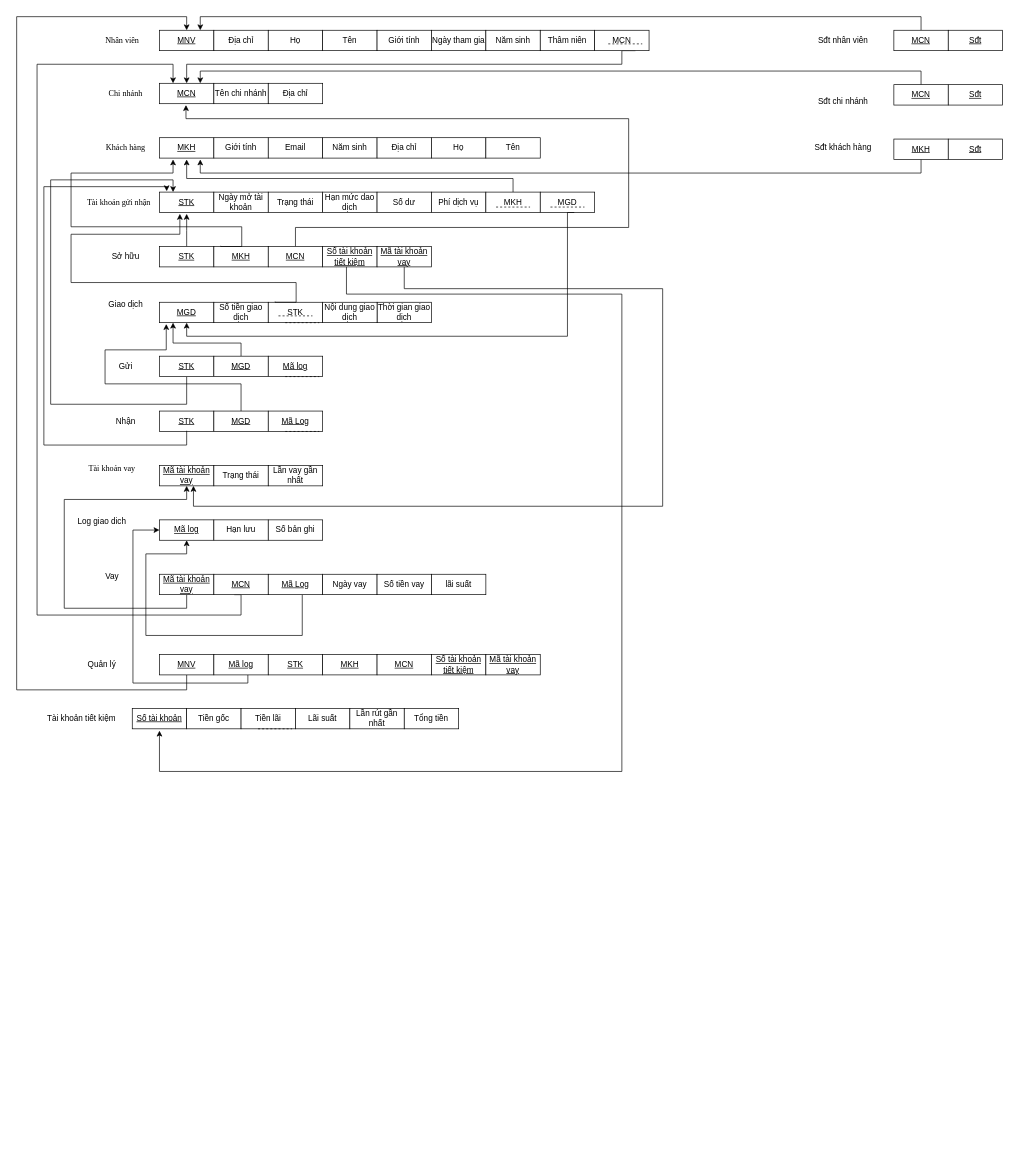
Earlier version of the draw.io diagram Untitled Diagram.drawio (HoangVietAnh09/CSDL). Source tidied: cells renumbered, new cells numbered last; positions are measured from the earlier drawing's top-left corner, leaving out a move shared by most shapes. Both pictures are drawn from the tidied source at 68%, with x=0, y=0 at pixel (16, 16).
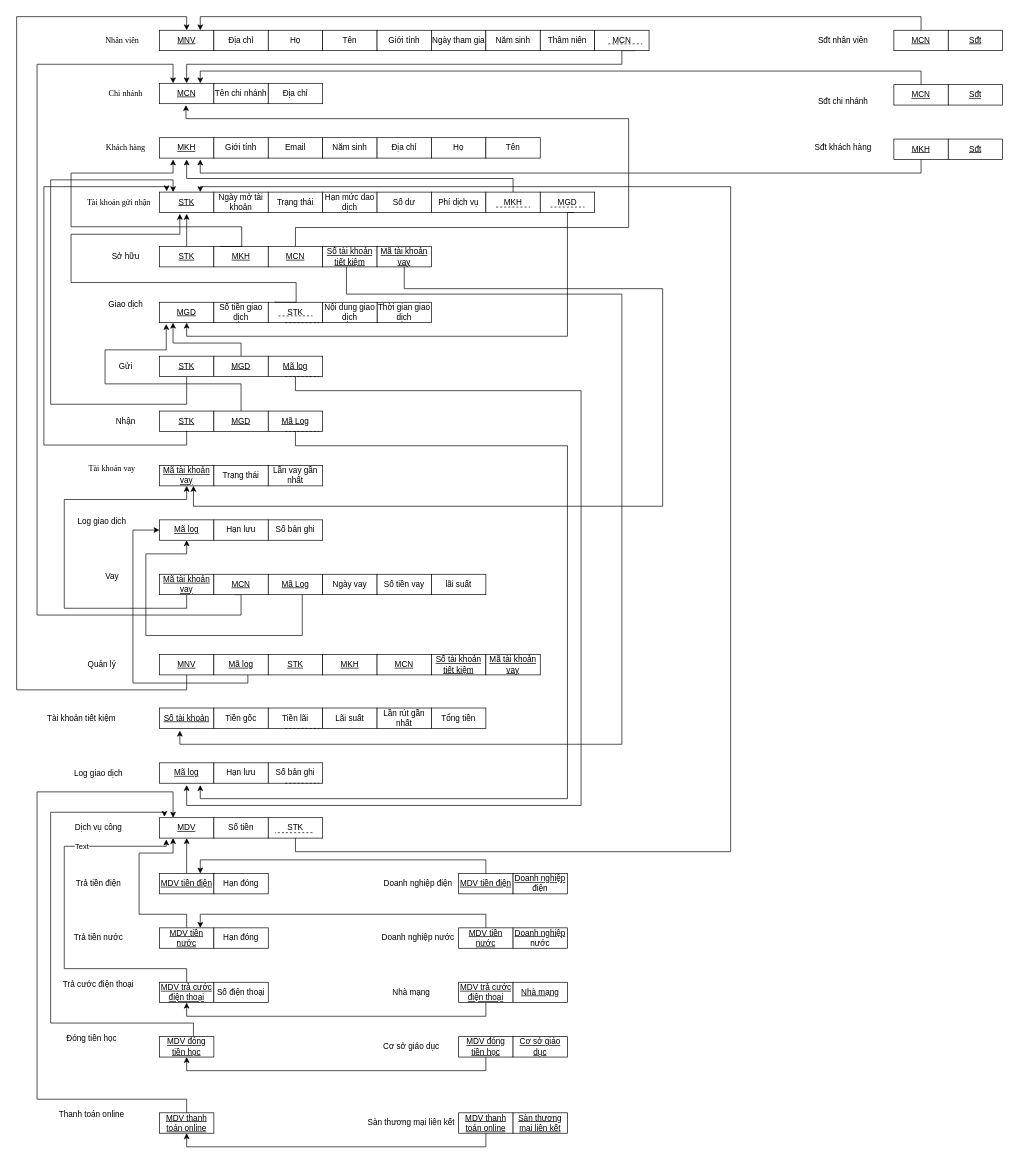
The same diagram, later.

The change refers to these unchanged cells:
```xml
<mxCell id="27" value="&lt;u&gt;STK&lt;/u&gt;" style="rounded=0;whiteSpace=wrap;html=1;" parent="1" vertex="1">
  <mxGeometry x="210" y="258" width="80" height="30" as="geometry" />
</mxCell>
<mxCell id="60" value="&lt;u&gt;Mã log&lt;/u&gt;" style="rounded=0;whiteSpace=wrap;html=1;" parent="1" vertex="1">
  <mxGeometry x="370" y="499.3" width="80" height="30" as="geometry" />
</mxCell>
```

Change to the diagram source:
```diff
@@
+    <mxCell id="121" style="edgeStyle=orthogonalEdgeStyle;rounded=0;jettySize=auto;html=1;" parent="1" edge="1" source="60">
+      <mxGeometry relative="1" as="geometry">
+        <mxPoint x="250" y="1130" as="targetPoint" />
+        <Array as="points">
+          <mxPoint x="410" y="550" />
+          <mxPoint x="830" y="550" />
+          <mxPoint x="830" y="1160" />
+          <mxPoint x="250" y="1160" />
+        </Array>
+      </mxGeometry>
+    </mxCell>
@@
     <mxCell id="93" value="&lt;u&gt;Số tài khoản&lt;br&gt;&lt;/u&gt;" style="rounded=0;whiteSpace=wrap;html=1;" parent="1" vertex="1">
-      <mxGeometry x="170" y="1017.3" width="80" height="30" as="geometry" />
+      <mxGeometry x="210" y="1016.7" width="80" height="30" as="geometry" />
     </mxCell>
     <mxCell id="94" value="Tiền gốc" style="rounded=0;whiteSpace=wrap;html=1;" parent="1" vertex="1">
-      <mxGeometry x="250" y="1017.3" width="80" height="30" as="geometry" />
+      <mxGeometry x="290" y="1016.7" width="80" height="30" as="geometry" />
     </mxCell>
     <mxCell id="95" value="Tiền lãi" style="rounded=0;whiteSpace=wrap;html=1;" parent="1" vertex="1">
-      <mxGeometry x="330" y="1017.3" width="80" height="30" as="geometry" />
+      <mxGeometry x="370" y="1016.7" width="80" height="30" as="geometry" />
     </mxCell>
     <mxCell id="96" style="endArrow=none;dashed=1;html=1;rounded=0;" parent="1" edge="1">
       <mxGeometry relative="1" as="geometry">
-        <mxPoint x="355" y="1047.3" as="sourcePoint" />
-        <mxPoint x="405" y="1047.3" as="targetPoint" />
+        <mxPoint x="395" y="1046.7" as="sourcePoint" />
+        <mxPoint x="445" y="1046.7" as="targetPoint" />
       </mxGeometry>
     </mxCell>
     <mxCell id="97" value="Lãi suất" style="rounded=0;whiteSpace=wrap;html=1;" parent="1" vertex="1">
-      <mxGeometry x="410" y="1017.3" width="80" height="30" as="geometry" />
+      <mxGeometry x="450" y="1016.7" width="80" height="30" as="geometry" />
     </mxCell>
     <mxCell id="98" value="Lần rút gần nhất" style="rounded=0;whiteSpace=wrap;html=1;" parent="1" vertex="1">
-      <mxGeometry x="490" y="1017.3" width="80" height="30" as="geometry" />
+      <mxGeometry x="530" y="1016.7" width="80" height="30" as="geometry" />
     </mxCell>
     <mxCell id="99" value="Tổng tiền" style="rounded=0;whiteSpace=wrap;html=1;" parent="1" vertex="1">
-      <mxGeometry x="570" y="1017.3" width="80" height="30" as="geometry" />
+      <mxGeometry x="610" y="1016.7" width="80" height="30" as="geometry" />
     </mxCell>
     <mxCell id="100" style="edgeStyle=orthogonalEdgeStyle;rounded=0;orthogonalLoop=1;jettySize=auto;html=1;" parent="1" edge="1">
       <mxGeometry relative="1" as="geometry">
         <mxPoint x="485" y="366" as="sourcePoint" />
-        <mxPoint x="210" y="1050" as="targetPoint" />
+        <mxPoint x="240" y="1050" as="targetPoint" />
         <Array as="points">
           <mxPoint x="485" y="408" />
           <mxPoint x="890" y="408" />
-          <mxPoint x="890" y="1110" />
-          <mxPoint x="210" y="1110" />
+          <mxPoint x="890" y="1070" />
+          <mxPoint x="240" y="1070" />
         </Array>
       </mxGeometry>
     </mxCell>
@@
+    <mxCell id="122" value="Log giao dịch" style="text;html=1;align=center;verticalAlign=middle;strokeColor=none;fillColor=none;" parent="1" vertex="1">
+      <mxGeometry x="75" y="1098" width="90" height="30" as="geometry" />
+    </mxCell>
+    <mxCell id="123" value="&lt;u&gt;Mã log&lt;br&gt;&lt;/u&gt;" style="rounded=0;whiteSpace=wrap;html=1;" parent="1" vertex="1">
+      <mxGeometry x="210" y="1097.3" width="80" height="30" as="geometry" />
+    </mxCell>
+    <mxCell id="124" value="Hạn lưu" style="rounded=0;whiteSpace=wrap;html=1;" parent="1" vertex="1">
+      <mxGeometry x="290" y="1097.3" width="80" height="30" as="geometry" />
+    </mxCell>
+    <mxCell id="125" value="Số bản ghi" style="rounded=0;whiteSpace=wrap;html=1;" parent="1" vertex="1">
+      <mxGeometry x="370" y="1097.3" width="80" height="30" as="geometry" />
+    </mxCell>
+    <mxCell id="126" style="endArrow=none;dashed=1;html=1;rounded=0;" parent="1" edge="1">
+      <mxGeometry relative="1" as="geometry">
+        <mxPoint x="395" y="1127.3" as="sourcePoint" />
+        <mxPoint x="445" y="1127.3" as="targetPoint" />
+      </mxGeometry>
+    </mxCell>
+    <mxCell id="127" style="edgeStyle=orthogonalEdgeStyle;rounded=0;orthogonalLoop=1;jettySize=auto;html=1;" parent="1" edge="1">
+      <mxGeometry relative="1" as="geometry">
+        <mxPoint x="410" y="610" as="sourcePoint" />
+        <mxPoint x="270" y="1130" as="targetPoint" />
+        <Array as="points">
+          <mxPoint x="410" y="631" />
+          <mxPoint x="810" y="631" />
+          <mxPoint x="810" y="1150" />
+          <mxPoint x="270" y="1150" />
+        </Array>
+      </mxGeometry>
+    </mxCell>
+    <mxCell id="128" value="Dịch vụ công" style="text;html=1;align=center;verticalAlign=middle;strokeColor=none;fillColor=none;" parent="1" vertex="1">
+      <mxGeometry x="75" y="1178" width="90" height="30" as="geometry" />
+    </mxCell>
+    <mxCell id="129" value="&lt;u&gt;MDV&lt;/u&gt;" style="rounded=0;whiteSpace=wrap;html=1;" parent="1" vertex="1">
+      <mxGeometry x="210" y="1178" width="80" height="30" as="geometry" />
+    </mxCell>
+    <mxCell id="130" value="Số tiền" style="rounded=0;whiteSpace=wrap;html=1;" parent="1" vertex="1">
+      <mxGeometry x="290" y="1178" width="80" height="30" as="geometry" />
+    </mxCell>
+    <mxCell id="131" value="Trả tiền điện" style="text;html=1;align=center;verticalAlign=middle;strokeColor=none;fillColor=none;" parent="1" vertex="1">
+      <mxGeometry x="75" y="1260" width="90" height="30" as="geometry" />
+    </mxCell>
+    <mxCell id="132" style="edgeStyle=orthogonalEdgeStyle;rounded=0;jettySize=auto;html=1;entryX=0.5;entryY=1;entryDx=0;entryDy=0;" parent="1" edge="1" source="133" target="129">
+      <mxGeometry relative="1" as="geometry" />
+    </mxCell>
+    <mxCell id="133" value="&lt;u&gt;MDV tiền điện&lt;br&gt;&lt;/u&gt;" style="rounded=0;whiteSpace=wrap;html=1;" parent="1" vertex="1">
+      <mxGeometry x="210" y="1260" width="80" height="30" as="geometry" />
+    </mxCell>
+    <mxCell id="134" value="Hạn đóng" style="rounded=0;whiteSpace=wrap;html=1;" parent="1" vertex="1">
+      <mxGeometry x="290" y="1260" width="80" height="30" as="geometry" />
+    </mxCell>
+    <mxCell id="135" style="edgeStyle=orthogonalEdgeStyle;rounded=0;jettySize=auto;html=1;entryX=0.75;entryY=0;entryDx=0;entryDy=0;" parent="1" edge="1" target="133">
+      <mxGeometry relative="1" as="geometry">
+        <mxPoint x="690" y="1260" as="sourcePoint" />
+        <Array as="points">
+          <mxPoint x="690" y="1240" />
+          <mxPoint x="270" y="1240" />
+        </Array>
+      </mxGeometry>
+    </mxCell>
+    <mxCell id="136" value="&lt;u&gt;MDV tiền điện&lt;br&gt;&lt;/u&gt;" style="rounded=0;whiteSpace=wrap;html=1;" parent="1" vertex="1">
+      <mxGeometry x="650" y="1260" width="80" height="30" as="geometry" />
+    </mxCell>
+    <mxCell id="137" value="&lt;u&gt;Doanh nghiệp&lt;/u&gt; điện" style="rounded=0;whiteSpace=wrap;html=1;" parent="1" vertex="1">
+      <mxGeometry x="730" y="1260" width="80" height="30" as="geometry" />
+    </mxCell>
+    <mxCell id="138" value="Doanh nghiệp điện" style="text;html=1;align=center;verticalAlign=middle;strokeColor=none;fillColor=none;" parent="1" vertex="1">
+      <mxGeometry x="530" y="1260" width="120" height="30" as="geometry" />
+    </mxCell>
+    <mxCell id="139" value="Trả tiền nước" style="text;html=1;align=center;verticalAlign=middle;strokeColor=none;fillColor=none;" parent="1" vertex="1">
+      <mxGeometry x="75" y="1340" width="90" height="30" as="geometry" />
+    </mxCell>
+    <mxCell id="140" style="edgeStyle=orthogonalEdgeStyle;rounded=0;jettySize=auto;html=1;entryX=0.25;entryY=1;entryDx=0;entryDy=0;" parent="1" edge="1" target="129">
+      <mxGeometry relative="1" as="geometry">
+        <mxPoint x="250" y="1340" as="sourcePoint" />
+        <Array as="points">
+          <mxPoint x="250" y="1320" />
+          <mxPoint x="180" y="1320" />
+          <mxPoint x="180" y="1230" />
+          <mxPoint x="230" y="1230" />
+        </Array>
+      </mxGeometry>
+    </mxCell>
+    <mxCell id="141" value="&lt;u&gt;MDV tiền nước&lt;br&gt;&lt;/u&gt;" style="rounded=0;whiteSpace=wrap;html=1;" parent="1" vertex="1">
+      <mxGeometry x="210" y="1340" width="80" height="30" as="geometry" />
+    </mxCell>
+    <mxCell id="142" value="Hạn đóng" style="rounded=0;whiteSpace=wrap;html=1;" parent="1" vertex="1">
+      <mxGeometry x="290" y="1340" width="80" height="30" as="geometry" />
+    </mxCell>
+    <mxCell id="143" style="edgeStyle=orthogonalEdgeStyle;rounded=0;jettySize=auto;html=1;entryX=0.75;entryY=0;entryDx=0;entryDy=0;" parent="1" edge="1" target="141">
+      <mxGeometry relative="1" as="geometry">
+        <mxPoint x="690" y="1340" as="sourcePoint" />
+        <Array as="points">
+          <mxPoint x="690" y="1320" />
+          <mxPoint x="270" y="1320" />
+        </Array>
+      </mxGeometry>
+    </mxCell>
+    <mxCell id="144" value="&lt;u&gt;MDV tiền nước&lt;br&gt;&lt;/u&gt;" style="rounded=0;whiteSpace=wrap;html=1;" parent="1" vertex="1">
+      <mxGeometry x="650" y="1340" width="80" height="30" as="geometry" />
+    </mxCell>
+    <mxCell id="145" value="&lt;u&gt;Doanh nghiệp&lt;/u&gt; nước" style="rounded=0;whiteSpace=wrap;html=1;" parent="1" vertex="1">
+      <mxGeometry x="730" y="1340" width="80" height="30" as="geometry" />
+    </mxCell>
+    <mxCell id="146" value="Doanh nghiệp nước" style="text;html=1;align=center;verticalAlign=middle;strokeColor=none;fillColor=none;" parent="1" vertex="1">
+      <mxGeometry x="525" y="1340" width="130" height="30" as="geometry" />
+    </mxCell>
+    <mxCell id="147" value="Trả cước điện thoại" style="text;html=1;align=center;verticalAlign=middle;strokeColor=none;fillColor=none;" parent="1" vertex="1">
+      <mxGeometry x="55" y="1408" width="130" height="30" as="geometry" />
+    </mxCell>
+    <mxCell id="148" style="edgeStyle=orthogonalEdgeStyle;rounded=0;jettySize=auto;html=1;entryX=0.125;entryY=1.067;entryDx=0;entryDy=0;entryPerimeter=0;" parent="1" edge="1" target="129">
+      <mxGeometry relative="1" as="geometry">
+        <mxPoint x="250" y="1420" as="sourcePoint" />
+        <Array as="points">
+          <mxPoint x="250" y="1400" />
+          <mxPoint x="70" y="1400" />
+          <mxPoint x="70" y="1220" />
+          <mxPoint x="220" y="1220" />
+        </Array>
+      </mxGeometry>
+    </mxCell>
+    <mxCell id="149" value="Text" style="edgeLabel;html=1;align=center;verticalAlign=middle;" parent="148" vertex="1">
+      <mxGeometry x="0.5" y="1" relative="1" as="geometry" />
+    </mxCell>
+    <mxCell id="150" value="&lt;u&gt;MDV trả cước điện thoại&lt;br&gt;&lt;/u&gt;" style="rounded=0;whiteSpace=wrap;html=1;" parent="1" vertex="1">
+      <mxGeometry x="210" y="1420" width="80" height="30" as="geometry" />
+    </mxCell>
+    <mxCell id="151" value="Số điện thoại" style="rounded=0;whiteSpace=wrap;html=1;" parent="1" vertex="1">
+      <mxGeometry x="290" y="1420" width="80" height="30" as="geometry" />
+    </mxCell>
+    <mxCell id="152" style="edgeStyle=orthogonalEdgeStyle;rounded=0;jettySize=auto;html=1;entryX=0.5;entryY=1;entryDx=0;entryDy=0;" parent="1" edge="1" target="150">
+      <mxGeometry relative="1" as="geometry">
+        <mxPoint x="690" y="1450" as="sourcePoint" />
+        <Array as="points">
+          <mxPoint x="690" y="1470" />
+          <mxPoint x="250" y="1470" />
+        </Array>
+      </mxGeometry>
+    </mxCell>
+    <mxCell id="153" value="&lt;u&gt;MDV trả cước điện thoại&lt;br&gt;&lt;/u&gt;" style="rounded=0;whiteSpace=wrap;html=1;" parent="1" vertex="1">
+      <mxGeometry x="650" y="1420" width="80" height="30" as="geometry" />
+    </mxCell>
+    <mxCell id="154" value="&lt;u&gt;Nhà mạng&lt;br&gt;&lt;/u&gt;" style="rounded=0;whiteSpace=wrap;html=1;" parent="1" vertex="1">
+      <mxGeometry x="730" y="1420" width="80" height="30" as="geometry" />
+    </mxCell>
+    <mxCell id="155" value="Nhà mạng" style="text;html=1;align=center;verticalAlign=middle;strokeColor=none;fillColor=none;" parent="1" vertex="1">
+      <mxGeometry x="540" y="1420" width="80" height="30" as="geometry" />
+    </mxCell>
+    <mxCell id="156" value="Đóng tiền học" style="text;html=1;align=center;verticalAlign=middle;strokeColor=none;fillColor=none;" parent="1" vertex="1">
+      <mxGeometry x="60" y="1488" width="100" height="30" as="geometry" />
+    </mxCell>
+    <mxCell id="157" style="edgeStyle=orthogonalEdgeStyle;rounded=0;jettySize=auto;html=1;entryX=0.092;entryY=-0.044;entryDx=0;entryDy=0;entryPerimeter=0;" parent="1" edge="1" source="158" target="129">
+      <mxGeometry relative="1" as="geometry">
+        <Array as="points">
+          <mxPoint x="260" y="1480" />
+          <mxPoint x="50" y="1480" />
+          <mxPoint x="50" y="1170" />
+          <mxPoint x="217" y="1170" />
+        </Array>
+      </mxGeometry>
+    </mxCell>
+    <mxCell id="158" value="&lt;u&gt;MDV đóng tiền học&lt;br&gt;&lt;/u&gt;" style="rounded=0;whiteSpace=wrap;html=1;" parent="1" vertex="1">
+      <mxGeometry x="210" y="1500" width="80" height="30" as="geometry" />
+    </mxCell>
+    <mxCell id="159" value="&lt;u&gt;MDV đóng tiền học&lt;/u&gt;&lt;u&gt;&lt;/u&gt;" style="rounded=0;whiteSpace=wrap;html=1;" parent="1" vertex="1">
+      <mxGeometry x="650" y="1500" width="80" height="30" as="geometry" />
+    </mxCell>
+    <mxCell id="160" value="&lt;u&gt;Cơ sở giáo dục&lt;br&gt;&lt;/u&gt;" style="rounded=0;whiteSpace=wrap;html=1;" parent="1" vertex="1">
+      <mxGeometry x="730" y="1500" width="80" height="30" as="geometry" />
+    </mxCell>
+    <mxCell id="161" value="Cơ sở giáo dục" style="text;html=1;align=center;verticalAlign=middle;strokeColor=none;fillColor=none;" parent="1" vertex="1">
+      <mxGeometry x="525" y="1500" width="110" height="30" as="geometry" />
+    </mxCell>
+    <mxCell id="162" style="edgeStyle=orthogonalEdgeStyle;rounded=0;orthogonalLoop=1;jettySize=auto;html=1;entryX=0.5;entryY=1;entryDx=0;entryDy=0;" parent="1" edge="1">
+      <mxGeometry relative="1" as="geometry">
+        <mxPoint x="690" y="1530" as="sourcePoint" />
+        <mxPoint x="250" y="1530" as="targetPoint" />
+        <Array as="points">
+          <mxPoint x="690" y="1550" />
+          <mxPoint x="250" y="1550" />
+        </Array>
+      </mxGeometry>
+    </mxCell>
+    <mxCell id="163" value="Thanh toán online" style="text;html=1;align=center;verticalAlign=middle;strokeColor=none;fillColor=none;" parent="1" vertex="1">
+      <mxGeometry x="50" y="1600" width="120" height="30" as="geometry" />
+    </mxCell>
+    <mxCell id="164" value="&lt;u&gt;MDV thanh toán online&lt;br&gt;&lt;/u&gt;" style="rounded=0;whiteSpace=wrap;html=1;" parent="1" vertex="1">
+      <mxGeometry x="210" y="1612" width="80" height="30" as="geometry" />
+    </mxCell>
+    <mxCell id="165" value="&lt;u&gt;MDV thanh toán online&lt;br&gt;&lt;/u&gt;" style="rounded=0;whiteSpace=wrap;html=1;" parent="1" vertex="1">
+      <mxGeometry x="650" y="1612" width="80" height="30" as="geometry" />
+    </mxCell>
+    <mxCell id="166" value="&lt;u&gt;Sàn thương mại liên kết&lt;br&gt;&lt;/u&gt;" style="rounded=0;whiteSpace=wrap;html=1;" parent="1" vertex="1">
+      <mxGeometry x="730" y="1612" width="80" height="30" as="geometry" />
+    </mxCell>
+    <mxCell id="167" value="Sàn thương mại liên kết" style="text;html=1;align=center;verticalAlign=middle;strokeColor=none;fillColor=none;" parent="1" vertex="1">
+      <mxGeometry x="505" y="1612" width="150" height="30" as="geometry" />
+    </mxCell>
+    <mxCell id="168" style="edgeStyle=orthogonalEdgeStyle;rounded=0;orthogonalLoop=1;jettySize=auto;html=1;entryX=0.5;entryY=1;entryDx=0;entryDy=0;" parent="1" edge="1">
+      <mxGeometry relative="1" as="geometry">
+        <mxPoint x="690" y="1642" as="sourcePoint" />
+        <mxPoint x="250" y="1642" as="targetPoint" />
+        <Array as="points">
+          <mxPoint x="690" y="1662" />
+          <mxPoint x="250" y="1662" />
+        </Array>
+      </mxGeometry>
+    </mxCell>
+    <mxCell id="169" style="edgeStyle=orthogonalEdgeStyle;rounded=0;jettySize=auto;html=1;entryX=0.25;entryY=0;entryDx=0;entryDy=0;" parent="1" edge="1" target="129">
+      <mxGeometry relative="1" as="geometry">
+        <mxPoint x="250" y="1612" as="sourcePoint" />
+        <Array as="points">
+          <mxPoint x="250" y="1592" />
+          <mxPoint x="30" y="1592" />
+          <mxPoint x="30" y="1140" />
+          <mxPoint x="230" y="1140" />
+        </Array>
+      </mxGeometry>
+    </mxCell>
+    <mxCell id="170" style="edgeStyle=orthogonalEdgeStyle;rounded=0;jettySize=auto;html=1;entryX=0.75;entryY=0;entryDx=0;entryDy=0;" parent="1" edge="1" target="27">
+      <mxGeometry relative="1" as="geometry">
+        <mxPoint x="410" y="1208" as="sourcePoint" />
+        <Array as="points">
+          <mxPoint x="410" y="1228" />
+          <mxPoint x="1050" y="1228" />
+          <mxPoint x="1050" y="250" />
+          <mxPoint x="270" y="250" />
+        </Array>
+      </mxGeometry>
+    </mxCell>
+    <mxCell id="171" value="STK" style="rounded=0;whiteSpace=wrap;html=1;" parent="1" vertex="1">
+      <mxGeometry x="370" y="1178" width="80" height="30" as="geometry" />
+    </mxCell>
+    <mxCell id="172" style="endArrow=none;dashed=1;html=1;rounded=0;" parent="1" edge="1">
+      <mxGeometry relative="1" as="geometry">
+        <mxPoint x="435" y="1200" as="sourcePoint" />
+        <mxPoint x="380" y="1200" as="targetPoint" />
+      </mxGeometry>
+    </mxCell>
```
